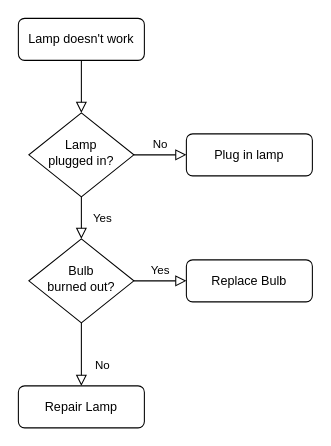
Before: convergency_testings.drawio in lemonci/notes, a draw.io diagram. Source tidied: cells renumbered, new cells numbered last; positions are measured from the earlier drawing's top-left corner, leaving out a move shared by most shapes. Both pictures are drawn from the tidied source at 105%, with x=0, y=0 at pixel (18, 18).
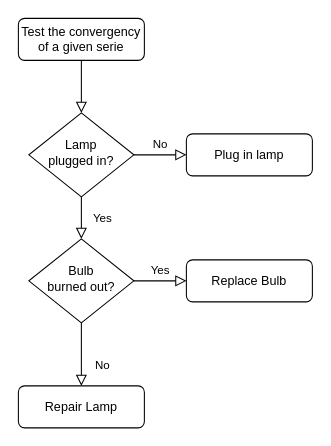
The same page after the edit.

Diff of the diagram source:
```diff
@@
 <mxGraphModel>
   <root>
     <mxCell id="0" />
     <mxCell id="1" parent="0" />
     <mxCell id="2" style="rounded=0;html=1;jettySize=auto;fontSize=11;endArrow=block;endFill=0;endSize=8;strokeWidth=1;shadow=0;labelBackgroundColor=none;edgeStyle=orthogonalEdgeStyle;" parent="1" edge="1" source="3" target="6">
       <mxGeometry relative="1" as="geometry" />
     </mxCell>
-    <mxCell id="3" value="Lamp doesn't work" style="rounded=1;whiteSpace=wrap;html=1;fontSize=12;glass=0;strokeWidth=1;shadow=0;" parent="1" vertex="1">
+    <mxCell id="3" value="Test the convergency of a given serie " style="rounded=1;whiteSpace=wrap;html=1;fontSize=12;glass=0;strokeWidth=1;shadow=0;" parent="1" vertex="1">
       <mxGeometry width="120" height="40" as="geometry" />
     </mxCell>
     <mxCell id="4" value="Yes" style="rounded=0;html=1;jettySize=auto;fontSize=11;endArrow=block;endFill=0;endSize=8;strokeWidth=1;shadow=0;labelBackgroundColor=none;edgeStyle=orthogonalEdgeStyle;" parent="1" edge="1" source="6" target="10">
       <mxGeometry y="20" relative="1" as="geometry" />
     </mxCell>
     <mxCell id="5" value="No" style="edgeStyle=orthogonalEdgeStyle;rounded=0;html=1;jettySize=auto;fontSize=11;endArrow=block;endFill=0;endSize=8;strokeWidth=1;shadow=0;labelBackgroundColor=none;" parent="1" edge="1" source="6" target="7">
       <mxGeometry y="10" relative="1" as="geometry" />
     </mxCell>
     <mxCell id="6" value="Lamp&lt;br&gt;plugged in?" style="rhombus;whiteSpace=wrap;html=1;shadow=0;fontFamily=Helvetica;fontSize=12;align=center;strokeWidth=1;spacing=6;spacingTop=-4;" parent="1" vertex="1">
       <mxGeometry x="10" y="90" width="100" height="80" as="geometry" />
     </mxCell>
     <mxCell id="7" value="Plug in lamp" style="rounded=1;whiteSpace=wrap;html=1;fontSize=12;glass=0;strokeWidth=1;shadow=0;" parent="1" vertex="1">
       <mxGeometry x="160" y="110" width="120" height="40" as="geometry" />
     </mxCell>
     <mxCell id="8" value="No" style="rounded=0;html=1;jettySize=auto;fontSize=11;endArrow=block;endFill=0;endSize=8;strokeWidth=1;shadow=0;labelBackgroundColor=none;edgeStyle=orthogonalEdgeStyle;" parent="1" edge="1" source="10" target="11">
       <mxGeometry x="0.33" y="20" relative="1" as="geometry" />
     </mxCell>
     <mxCell id="9" value="Yes" style="edgeStyle=orthogonalEdgeStyle;rounded=0;html=1;jettySize=auto;fontSize=11;endArrow=block;endFill=0;endSize=8;strokeWidth=1;shadow=0;labelBackgroundColor=none;" parent="1" edge="1" source="10" target="12">
       <mxGeometry y="10" relative="1" as="geometry" />
     </mxCell>
     <mxCell id="10" value="Bulb&lt;br&gt;burned out?" style="rhombus;whiteSpace=wrap;html=1;shadow=0;fontFamily=Helvetica;fontSize=12;align=center;strokeWidth=1;spacing=6;spacingTop=-4;" parent="1" vertex="1">
       <mxGeometry x="10" y="210" width="100" height="80" as="geometry" />
     </mxCell>
     <mxCell id="11" value="Repair Lamp" style="rounded=1;whiteSpace=wrap;html=1;fontSize=12;glass=0;strokeWidth=1;shadow=0;" parent="1" vertex="1">
       <mxGeometry y="350" width="120" height="40" as="geometry" />
     </mxCell>
     <mxCell id="12" value="Replace Bulb" style="rounded=1;whiteSpace=wrap;html=1;fontSize=12;glass=0;strokeWidth=1;shadow=0;" parent="1" vertex="1">
       <mxGeometry x="160" y="230" width="120" height="40" as="geometry" />
     </mxCell>
   </root>
 </mxGraphModel>
```
